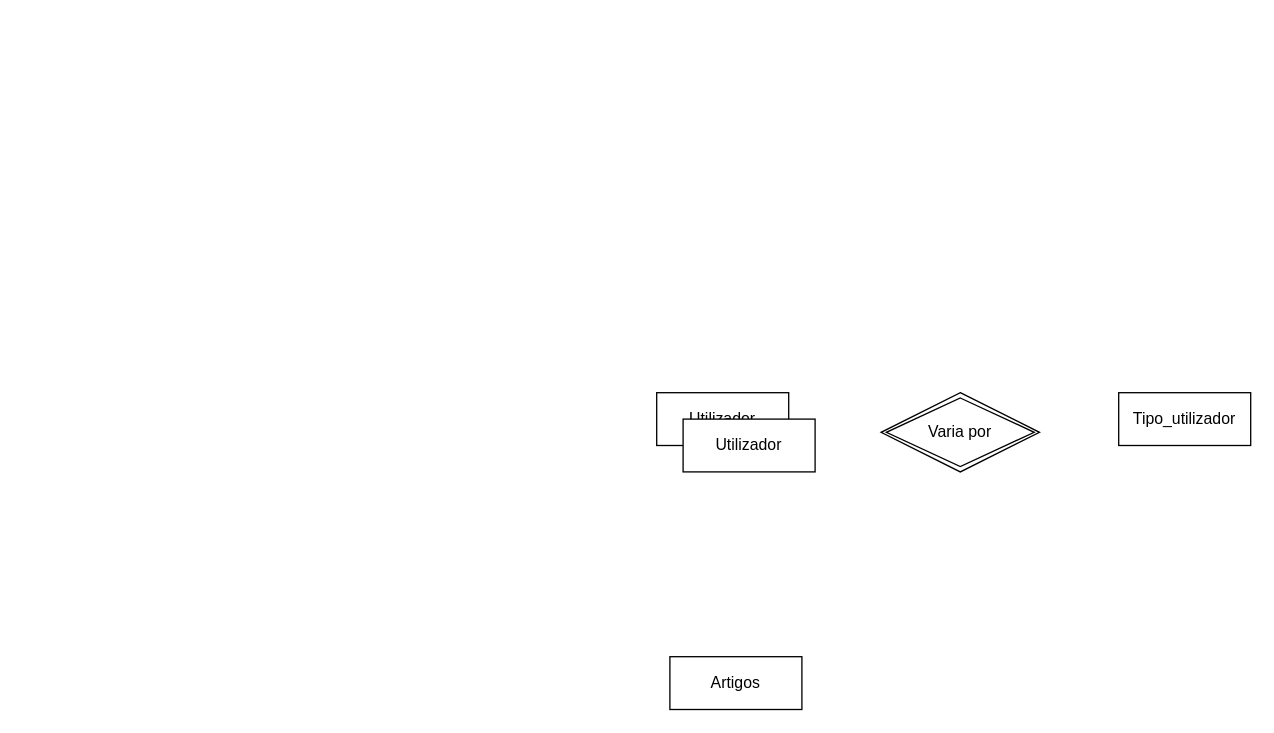
Above: Modelo ER.drawio in danielarraiol02/tpsi-sgbd-2065422-25 (draw.io), before the change. Source tidied: cells renumbered, new cells numbered last; positions are measured from the earlier drawing's top-left corner, leaving out a move shared by most shapes. Both pictures are drawn from the tidied source at 132%, with x=0, y=0 at pixel (656, 392).
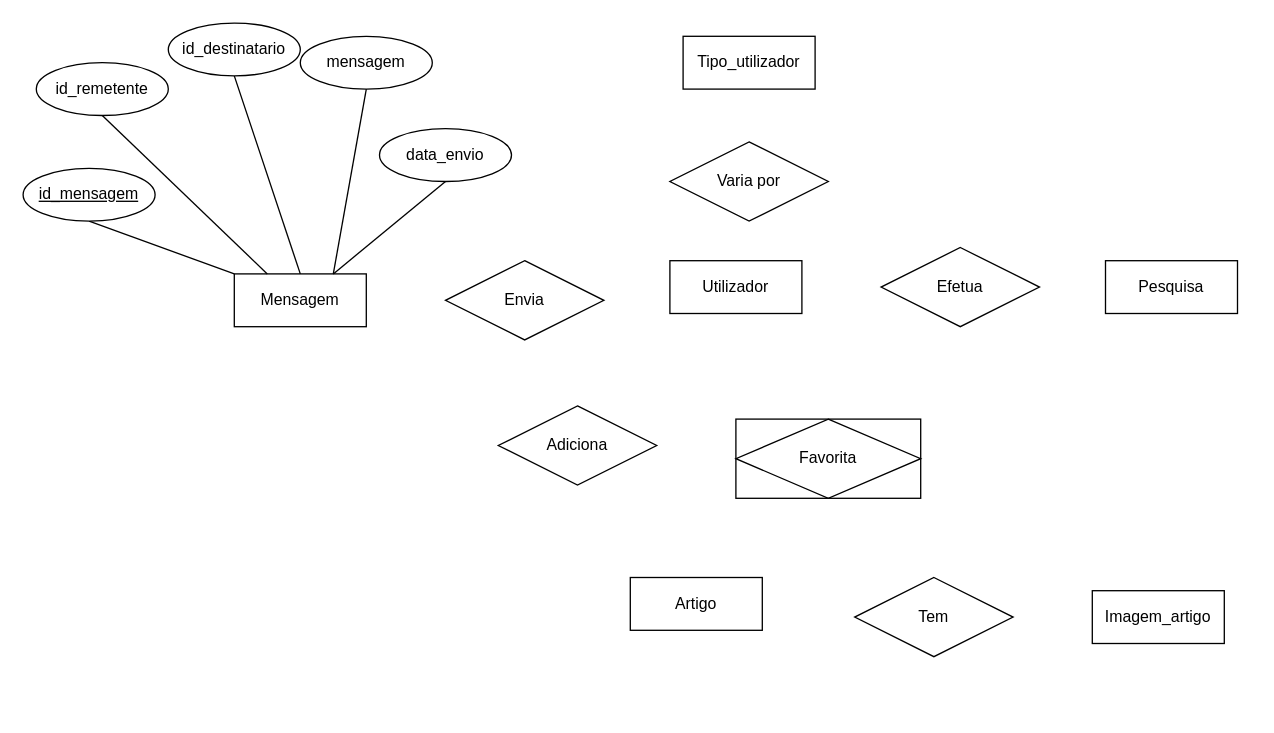
The same diagram, later.

What changed in the source:
```diff
@@
     <mxCell id="2" value="Utilizador" style="whiteSpace=wrap;html=1;align=center;" parent="1" vertex="1">
-      <mxGeometry width="100" height="40" as="geometry" />
+      <mxGeometry x="10" y="-100" width="100" height="40" as="geometry" />
     </mxCell>
-    <mxCell id="3" value="Varia por" style="shape=rhombus;double=1;perimeter=rhombusPerimeter;whiteSpace=wrap;html=1;align=center;" parent="1" vertex="1">
-      <mxGeometry x="170" width="120" height="60" as="geometry" />
-    </mxCell>
     <mxCell id="4" value="Tipo_utilizador" style="whiteSpace=wrap;html=1;align=center;" parent="1" vertex="1">
-      <mxGeometry x="350" width="100" height="40" as="geometry" />
+      <mxGeometry x="20" y="-270" width="100" height="40" as="geometry" />
     </mxCell>
-    <mxCell id="5" value="Artigos" style="whiteSpace=wrap;html=1;align=center;" parent="1" vertex="1">
-      <mxGeometry x="10" y="200" width="100" height="40" as="geometry" />
+    <mxCell id="5" value="Artigo" style="whiteSpace=wrap;html=1;align=center;" parent="1" vertex="1">
+      <mxGeometry x="-20" y="140" width="100" height="40" as="geometry" />
     </mxCell>
-    <mxCell id="6" value="Utilizador" style="whiteSpace=wrap;html=1;align=center;" parent="1" vertex="1">
-      <mxGeometry x="20" y="20" width="100" height="40" as="geometry" />
+    <mxCell id="6" value="Imagem_artigo" style="whiteSpace=wrap;html=1;align=center;" parent="1" vertex="1">
+      <mxGeometry x="330" y="150" width="100" height="40" as="geometry" />
     </mxCell>
+    <mxCell id="7" value="Mensagem" style="whiteSpace=wrap;html=1;align=center;" parent="1" vertex="1">
+      <mxGeometry x="-320" y="-90" width="100" height="40" as="geometry" />
+    </mxCell>
+    <mxCell id="8" value="Adiciona" style="shape=rhombus;perimeter=rhombusPerimeter;whiteSpace=wrap;html=1;align=center;" parent="1" vertex="1">
+      <mxGeometry x="-120" y="10" width="120" height="60" as="geometry" />
+    </mxCell>
+    <mxCell id="9" value="Envia" style="shape=rhombus;perimeter=rhombusPerimeter;whiteSpace=wrap;html=1;align=center;" parent="1" vertex="1">
+      <mxGeometry x="-160" y="-100" width="120" height="60" as="geometry" />
+    </mxCell>
+    <mxCell id="3" value="Varia por" style="shape=rhombus;perimeter=rhombusPerimeter;whiteSpace=wrap;html=1;align=center;" parent="1" vertex="1">
+      <mxGeometry x="10" y="-190" width="120" height="60" as="geometry" />
+    </mxCell>
+    <mxCell id="10" value="Tem" style="shape=rhombus;perimeter=rhombusPerimeter;whiteSpace=wrap;html=1;align=center;" parent="1" vertex="1">
+      <mxGeometry x="150" y="140" width="120" height="60" as="geometry" />
+    </mxCell>
+    <mxCell id="11" value="Efetua" style="shape=rhombus;perimeter=rhombusPerimeter;whiteSpace=wrap;html=1;align=center;" parent="1" vertex="1">
+      <mxGeometry x="170" y="-110" width="120" height="60" as="geometry" />
+    </mxCell>
+    <mxCell id="12" value="Pesquisa" style="whiteSpace=wrap;html=1;align=center;" parent="1" vertex="1">
+      <mxGeometry x="340" y="-100" width="100" height="40" as="geometry" />
+    </mxCell>
+    <mxCell id="13" value="Favorita" style="shape=associativeEntity;whiteSpace=wrap;html=1;align=center;" parent="1" vertex="1">
+      <mxGeometry x="60" y="20" width="140" height="60" as="geometry" />
+    </mxCell>
+    <mxCell id="14" style="edgeStyle=orthogonalEdgeStyle;rounded=0;orthogonalLoop=1;jettySize=auto;html=1;exitX=0.5;exitY=1;exitDx=0;exitDy=0;" parent="1" edge="1">
+      <mxGeometry relative="1" as="geometry">
+        <mxPoint x="-410" y="-130" as="sourcePoint" />
+        <mxPoint x="-410" y="-130" as="targetPoint" />
+      </mxGeometry>
+    </mxCell>
+    <mxCell id="15" style="endArrow=none;html=1;rounded=0;entryX=0.5;entryY=1;entryDx=0;entryDy=0;exitX=0;exitY=0;exitDx=0;exitDy=0;" parent="1" edge="1" source="7" target="20">
+      <mxGeometry relative="1" as="geometry" />
+    </mxCell>
+    <mxCell id="16" style="endArrow=none;html=1;rounded=0;entryX=0.5;entryY=1;entryDx=0;entryDy=0;exitX=0.25;exitY=0;exitDx=0;exitDy=0;" parent="1" edge="1" source="7" target="21">
+      <mxGeometry relative="1" as="geometry" />
+    </mxCell>
+    <mxCell id="17" style="endArrow=none;html=1;rounded=0;entryX=0.5;entryY=1;entryDx=0;entryDy=0;exitX=0.5;exitY=0;exitDx=0;exitDy=0;" parent="1" edge="1" source="7" target="22">
+      <mxGeometry relative="1" as="geometry" />
+    </mxCell>
+    <mxCell id="18" style="endArrow=none;html=1;rounded=0;entryX=0.5;entryY=1;entryDx=0;entryDy=0;exitX=0.75;exitY=0;exitDx=0;exitDy=0;" parent="1" edge="1" source="7" target="23">
+      <mxGeometry relative="1" as="geometry" />
+    </mxCell>
+    <mxCell id="19" style="endArrow=none;html=1;rounded=0;entryX=0.5;entryY=1;entryDx=0;entryDy=0;exitX=0.75;exitY=0;exitDx=0;exitDy=0;" parent="1" edge="1" source="7" target="24">
+      <mxGeometry relative="1" as="geometry" />
+    </mxCell>
+    <mxCell id="20" value="id_mensagem" style="ellipse;whiteSpace=wrap;html=1;align=center;fontStyle=4;" parent="1" vertex="1">
+      <mxGeometry x="-480" y="-170" width="100" height="40" as="geometry" />
+    </mxCell>
+    <mxCell id="21" value="id_remetente" style="ellipse;whiteSpace=wrap;html=1;align=center;" parent="1" vertex="1">
+      <mxGeometry x="-470" y="-250" width="100" height="40" as="geometry" />
+    </mxCell>
+    <mxCell id="22" value="id_destinatario" style="ellipse;whiteSpace=wrap;html=1;align=center;" parent="1" vertex="1">
+      <mxGeometry x="-370" y="-280" width="100" height="40" as="geometry" />
+    </mxCell>
+    <mxCell id="23" value="mensagem" style="ellipse;whiteSpace=wrap;html=1;align=center;" parent="1" vertex="1">
+      <mxGeometry x="-270" y="-270" width="100" height="40" as="geometry" />
+    </mxCell>
+    <mxCell id="24" value="data_envio" style="ellipse;whiteSpace=wrap;html=1;align=center;" parent="1" vertex="1">
+      <mxGeometry x="-210" y="-200" width="100" height="40" as="geometry" />
+    </mxCell>
```
